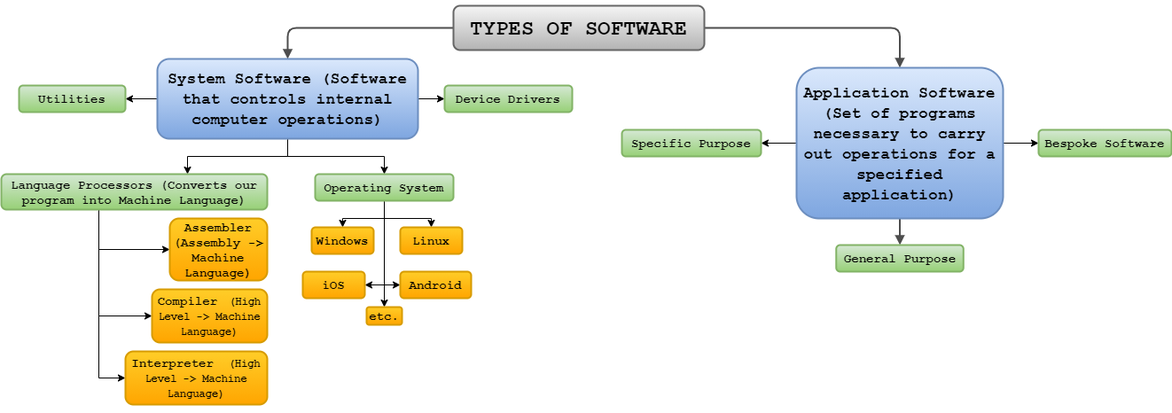
JXTK/app.diagrams.net keeps this draw.io diagram as CA_practical_asignment.png. Above is the earlier version. Source tidied: cells renumbered, new cells last; positions are measured from the earlier drawing's top-left corner, leaving out a move shared by most shapes.
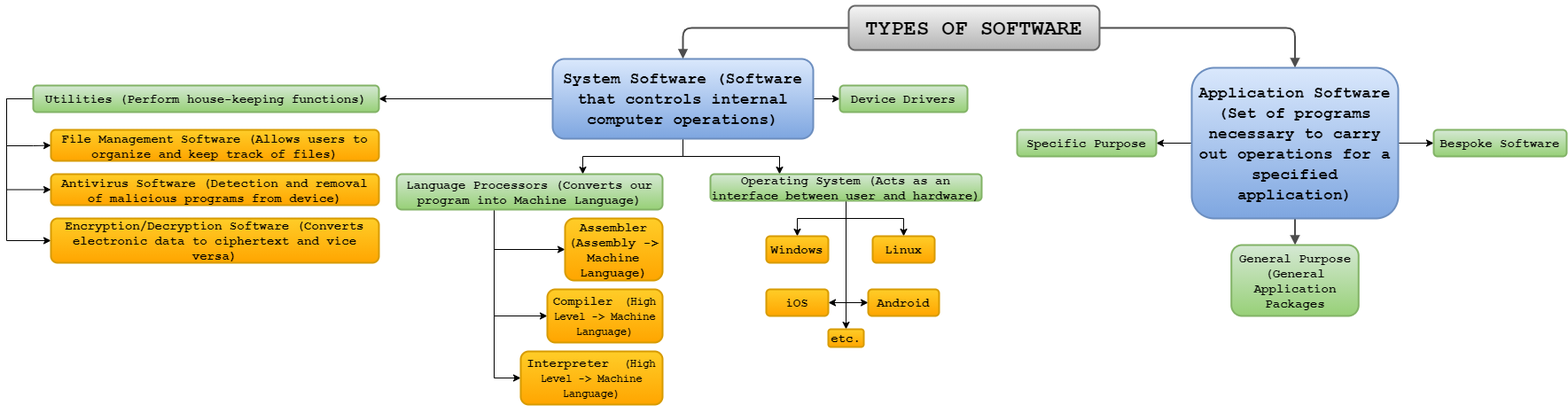
Later version of the same file.

What changed in the source:
```diff
@@ -48,8 +48,8 @@
     <mxCell id="13" value="&lt;h2&gt;&lt;font face=&quot;Courier New&quot;&gt;Application Software (Set of programs necessary to carry out operations for a specified application)&lt;/font&gt;&lt;/h2&gt;" style="whiteSpace=wrap;html=1;rounded=1;shadow=0;comic=0;strokeWidth=2;fontFamily=Verdana;align=center;fontSize=12;fontStyle=1;gradientColor=#7ea6e0;fillColor=#dae8fc;strokeColor=#6c8ebf;" parent="1" vertex="1">
       <mxGeometry x="897" y="70" width="233" height="170" as="geometry" />
     </mxCell>
-    <mxCell id="14" value="&lt;h3&gt;&lt;font face=&quot;Courier New&quot;&gt;General Purpose&lt;/font&gt;&lt;/h3&gt;" style="whiteSpace=wrap;html=1;rounded=1;shadow=0;comic=0;strokeWidth=2;fontFamily=Verdana;align=center;fontSize=12;fontStyle=1;gradientColor=#97d077;fillColor=#d5e8d4;strokeColor=#82b366;" parent="1" vertex="1">
-      <mxGeometry x="941.8" y="270" width="143.5" height="30" as="geometry" />
+    <mxCell id="14" value="&lt;h3&gt;&lt;font face=&quot;Courier New&quot;&gt;General Purpose (General Application Packages&lt;/font&gt;&lt;/h3&gt;" style="whiteSpace=wrap;html=1;rounded=1;shadow=0;comic=0;strokeWidth=2;fontFamily=Verdana;align=center;fontSize=12;fontStyle=1;gradientColor=#97d077;fillColor=#d5e8d4;strokeColor=#82b366;" parent="1" vertex="1">
+      <mxGeometry x="941.8" y="270" width="143.5" height="80" as="geometry" />
     </mxCell>
     <mxCell id="15" value="&lt;h3&gt;&lt;font face=&quot;Courier New&quot;&gt;Specific Purpose&lt;/font&gt;&lt;/h3&gt;" style="whiteSpace=wrap;html=1;rounded=1;shadow=0;comic=0;strokeWidth=2;fontFamily=Verdana;align=center;fontSize=12;fontStyle=1;gradientColor=#97d077;fillColor=#d5e8d4;strokeColor=#82b366;" parent="1" vertex="1">
       <mxGeometry x="700" y="140" width="157" height="30" as="geometry" />
@@ -66,25 +66,21 @@
     <mxCell id="19" style="edgeStyle=orthogonalEdgeStyle;rounded=0;jettySize=auto;html=1;entryX=0.5;entryY=0;entryDx=0;entryDy=0;" parent="1" edge="1" source="23" target="30">
       <mxGeometry relative="1" as="geometry" />
     </mxCell>
-    <mxCell id="20" style="edgeStyle=orthogonalEdgeStyle;rounded=0;jettySize=auto;html=1;entryX=1;entryY=0.5;entryDx=0;entryDy=0;" parent="1" edge="1" source="23" target="32">
+    <mxCell id="20" style="edgeStyle=orthogonalEdgeStyle;rounded=0;jettySize=auto;html=1;entryX=1;entryY=0.5;entryDx=0;entryDy=0;exitX=0.5;exitY=1;exitDx=0;exitDy=0;" parent="1" edge="1" source="23" target="32">
       <mxGeometry relative="1" as="geometry">
         <Array as="points">
-          <mxPoint x="432" y="315" />
+          <mxPoint x="507" y="335" />
         </Array>
       </mxGeometry>
     </mxCell>
+    <mxCell id="22" style="edgeStyle=orthogonalEdgeStyle;rounded=0;jettySize=auto;html=1;entryX=0.5;entryY=0;entryDx=0;entryDy=0;" parent="1" edge="1" source="23" target="33">
+      <mxGeometry relative="1" as="geometry" />
+    </mxCell>
     <mxCell id="21" style="edgeStyle=orthogonalEdgeStyle;rounded=0;jettySize=auto;html=1;entryX=0;entryY=0.5;entryDx=0;entryDy=0;" parent="1" edge="1" source="23" target="31">
-      <mxGeometry relative="1" as="geometry">
-        <Array as="points">
-          <mxPoint x="432" y="315" />
-        </Array>
-      </mxGeometry>
+      <mxGeometry relative="1" as="geometry" />
     </mxCell>
-    <mxCell id="22" style="edgeStyle=orthogonalEdgeStyle;rounded=0;jettySize=auto;html=1;entryX=0.5;entryY=0;entryDx=0;entryDy=0;" parent="1" edge="1" source="23" target="33">
-      <mxGeometry relative="1" as="geometry" />
-    </mxCell>
-    <mxCell id="23" value="&lt;h3&gt;&lt;font face=&quot;Courier New&quot;&gt;Operating System&lt;/font&gt;&lt;/h3&gt;" style="whiteSpace=wrap;html=1;rounded=1;shadow=0;comic=0;strokeWidth=2;fontFamily=Verdana;align=center;fontSize=12;fontStyle=1;gradientColor=#97d077;fillColor=#d5e8d4;strokeColor=#82b366;" parent="1" vertex="1">
-      <mxGeometry x="354" y="190" width="156" height="30" as="geometry" />
+    <mxCell id="23" value="&lt;h3&gt;&lt;font face=&quot;Courier New&quot;&gt;Operating System (Acts as an interface between user and hardware)&lt;/font&gt;&lt;/h3&gt;" style="whiteSpace=wrap;html=1;rounded=1;shadow=0;comic=0;strokeWidth=2;fontFamily=Verdana;align=center;fontSize=12;fontStyle=1;gradientColor=#97d077;fillColor=#d5e8d4;strokeColor=#82b366;" parent="1" vertex="1">
+      <mxGeometry x="354" y="190" width="306" height="30" as="geometry" />
     </mxCell>
     <mxCell id="24" style="edgeStyle=orthogonalEdgeStyle;rounded=0;jettySize=auto;html=1;entryX=0;entryY=0.5;entryDx=0;entryDy=0;" parent="1" edge="1" source="27" target="36">
       <mxGeometry relative="1" as="geometry">
@@ -113,23 +109,48 @@
     <mxCell id="27" value="&lt;h3&gt;&lt;font face=&quot;Courier New&quot;&gt;Language Processors (Converts our program into Machine Language)&lt;/font&gt;&lt;/h3&gt;" style="whiteSpace=wrap;html=1;rounded=1;shadow=0;comic=0;strokeWidth=2;fontFamily=Verdana;align=center;fontSize=12;fontStyle=1;gradientColor=#97d077;fillColor=#d5e8d4;strokeColor=#82b366;" parent="1" vertex="1">
       <mxGeometry y="190" width="300" height="40" as="geometry" />
     </mxCell>
+    <mxCell id="38" style="edgeStyle=orthogonalEdgeStyle;rounded=0;jettySize=auto;html=1;entryX=0;entryY=0.5;entryDx=0;entryDy=0;" parent="1" edge="1" source="28" target="42">
+      <mxGeometry relative="1" as="geometry">
+        <Array as="points">
+          <mxPoint x="-440" y="105" />
+          <mxPoint x="-440" y="208" />
+        </Array>
+      </mxGeometry>
+    </mxCell>
+    <mxCell id="39" style="edgeStyle=orthogonalEdgeStyle;rounded=0;jettySize=auto;html=1;entryX=0;entryY=0.5;entryDx=0;entryDy=0;" parent="1" edge="1" source="28" target="43">
+      <mxGeometry relative="1" as="geometry">
+        <Array as="points">
+          <mxPoint x="-440" y="105" />
+          <mxPoint x="-440" y="265" />
+        </Array>
+      </mxGeometry>
+    </mxCell>
+    <mxCell id="40" style="edgeStyle=orthogonalEdgeStyle;rounded=0;jettySize=auto;html=1;entryX=0;entryY=0.5;entryDx=0;entryDy=0;" parent="1" edge="1" source="28" target="41">
+      <mxGeometry relative="1" as="geometry">
+        <Array as="points">
+          <mxPoint x="-440" y="105" />
+          <mxPoint x="-440" y="158" />
+          <mxPoint x="-410" y="158" />
+        </Array>
+      </mxGeometry>
+    </mxCell>
-    <mxCell id="28" value="&lt;h3&gt;&lt;font face=&quot;Courier New&quot;&gt;Utilities&lt;/font&gt;&lt;/h3&gt;" style="whiteSpace=wrap;html=1;rounded=1;shadow=0;comic=0;strokeWidth=2;fontFamily=Verdana;align=center;fontSize=12;fontStyle=1;gradientColor=#97d077;fillColor=#d5e8d4;strokeColor=#82b366;" parent="1" vertex="1">
-      <mxGeometry x="20" y="90" width="120" height="30" as="geometry" />
+    <mxCell id="28" value="&lt;h3&gt;&lt;font face=&quot;Courier New&quot;&gt;Utilities (Perform house-keeping functions)&lt;/font&gt;&lt;/h3&gt;" style="whiteSpace=wrap;html=1;rounded=1;shadow=0;comic=0;strokeWidth=2;fontFamily=Verdana;align=center;fontSize=12;fontStyle=1;gradientColor=#97d077;fillColor=#d5e8d4;strokeColor=#82b366;" parent="1" vertex="1">
+      <mxGeometry x="-410" y="90" width="390" height="30" as="geometry" />
     </mxCell>
     <mxCell id="29" value="&lt;h3&gt;&lt;font face=&quot;Courier New&quot;&gt;Windows&lt;/font&gt;&lt;/h3&gt;" style="whiteSpace=wrap;html=1;rounded=1;shadow=0;comic=0;strokeWidth=2;fontFamily=Verdana;align=center;fontSize=12;fontStyle=1;gradientColor=#ffa500;fillColor=#ffcd28;strokeColor=#d79b00;" parent="1" vertex="1">
-      <mxGeometry x="350" y="250" width="70" height="30" as="geometry" />
+      <mxGeometry x="417" y="260" width="70" height="30" as="geometry" />
     </mxCell>
     <mxCell id="30" value="&lt;h3&gt;&lt;font face=&quot;Courier New&quot;&gt;Linux&lt;/font&gt;&lt;/h3&gt;" style="whiteSpace=wrap;html=1;rounded=1;shadow=0;comic=0;strokeWidth=2;fontFamily=Verdana;align=center;fontSize=12;fontStyle=1;gradientColor=#ffa500;fillColor=#ffcd28;strokeColor=#d79b00;" parent="1" vertex="1">
-      <mxGeometry x="450" y="250" width="70" height="30" as="geometry" />
+      <mxGeometry x="537" y="260" width="70" height="30" as="geometry" />
     </mxCell>
     <mxCell id="31" value="&lt;h3&gt;&lt;font face=&quot;Courier New&quot;&gt;Android&lt;/font&gt;&lt;/h3&gt;" style="whiteSpace=wrap;html=1;rounded=1;shadow=0;comic=0;strokeWidth=2;fontFamily=Verdana;align=center;fontSize=12;fontStyle=1;gradientColor=#ffa500;fillColor=#ffcd28;strokeColor=#d79b00;" parent="1" vertex="1">
-      <mxGeometry x="450" y="300" width="80" height="30" as="geometry" />
+      <mxGeometry x="532" y="320" width="80" height="30" as="geometry" />
     </mxCell>
     <mxCell id="32" value="&lt;h3&gt;&lt;font face=&quot;Courier New&quot;&gt;iOS&lt;/font&gt;&lt;/h3&gt;" style="whiteSpace=wrap;html=1;rounded=1;shadow=0;comic=0;strokeWidth=2;fontFamily=Verdana;align=center;fontSize=12;fontStyle=1;gradientColor=#ffa500;fillColor=#ffcd28;strokeColor=#d79b00;" parent="1" vertex="1">
-      <mxGeometry x="340" y="300" width="70" height="30" as="geometry" />
+      <mxGeometry x="417" y="320" width="70" height="30" as="geometry" />
     </mxCell>
     <mxCell id="33" value="&lt;h3&gt;&lt;font face=&quot;Courier New&quot;&gt;etc.&lt;/font&gt;&lt;/h3&gt;" style="whiteSpace=wrap;html=1;rounded=1;shadow=0;comic=0;strokeWidth=2;fontFamily=Verdana;align=center;fontSize=12;fontStyle=1;gradientColor=#ffa500;fillColor=#ffcd28;strokeColor=#d79b00;" parent="1" vertex="1">
-      <mxGeometry x="412" y="340" width="40" height="20" as="geometry" />
+      <mxGeometry x="487" y="365" width="40" height="20" as="geometry" />
     </mxCell>
     <mxCell id="34" value="&lt;h3&gt;&lt;font face=&quot;Courier New&quot;&gt;Assembler (Assembly -&amp;gt; Machine Language)&lt;/font&gt;&lt;/h3&gt;" style="whiteSpace=wrap;html=1;rounded=1;shadow=0;comic=0;strokeWidth=2;fontFamily=Verdana;align=center;fontSize=12;fontStyle=1;gradientColor=#ffa500;fillColor=#ffcd28;strokeColor=#d79b00;" parent="1" vertex="1">
       <mxGeometry x="190" y="240" width="110" height="70" as="geometry" />
@@ -143,5 +164,14 @@
     <mxCell id="37" style="edgeStyle=orthogonalEdgeStyle;rounded=0;orthogonalLoop=1;jettySize=auto;html=1;exitX=0.5;exitY=1;exitDx=0;exitDy=0;" parent="1" edge="1" source="36" target="36">
       <mxGeometry relative="1" as="geometry" />
     </mxCell>
+    <mxCell id="41" value="&lt;h3&gt;&lt;font face=&quot;Courier New&quot;&gt;File Management Software (Allows users to organize and keep track of files)&lt;/font&gt;&lt;/h3&gt;" style="whiteSpace=wrap;html=1;rounded=1;shadow=0;comic=0;strokeWidth=2;fontFamily=Verdana;align=center;fontSize=12;fontStyle=1;gradientColor=#ffa500;fillColor=#ffcd28;strokeColor=#d79b00;" parent="1" vertex="1">
+      <mxGeometry x="-390" y="140" width="370" height="35" as="geometry" />
+    </mxCell>
+    <mxCell id="42" value="&lt;h3&gt;&lt;font face=&quot;Courier New&quot;&gt;Antivirus Software (Detection and removal of malicious programs from device)&lt;/font&gt;&lt;/h3&gt;" style="whiteSpace=wrap;html=1;rounded=1;shadow=0;comic=0;strokeWidth=2;fontFamily=Verdana;align=center;fontSize=12;fontStyle=1;gradientColor=#ffa500;fillColor=#ffcd28;strokeColor=#d79b00;" parent="1" vertex="1">
+      <mxGeometry x="-390" y="190" width="370" height="35" as="geometry" />
+    </mxCell>
+    <mxCell id="43" value="&lt;h3&gt;&lt;font face=&quot;Courier New&quot;&gt;Encryption/Decryption Software (Converts electronic data to ciphertext and vice versa)&lt;/font&gt;&lt;/h3&gt;" style="whiteSpace=wrap;html=1;rounded=1;shadow=0;comic=0;strokeWidth=2;fontFamily=Verdana;align=center;fontSize=12;fontStyle=1;gradientColor=#ffa500;fillColor=#ffcd28;strokeColor=#d79b00;" parent="1" vertex="1">
+      <mxGeometry x="-390" y="240" width="370" height="50" as="geometry" />
+    </mxCell>
   </root>
 </mxGraphModel>
```
